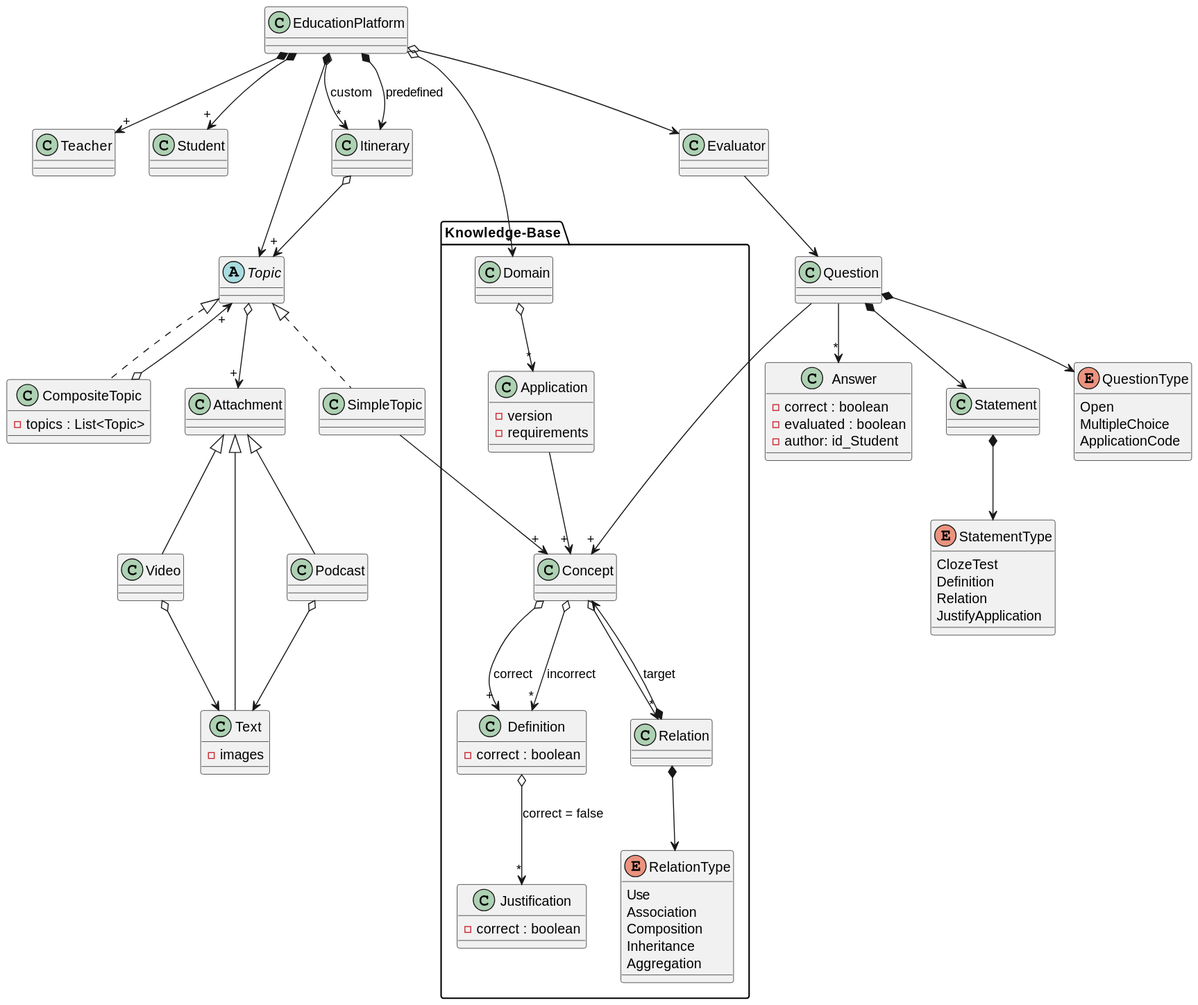
This is out/Diagrams/EducationPlatform/Domain/EducationPlatformDomain.svg from jumpering/lab-turing, a PlantUML export, as it was before one commit.
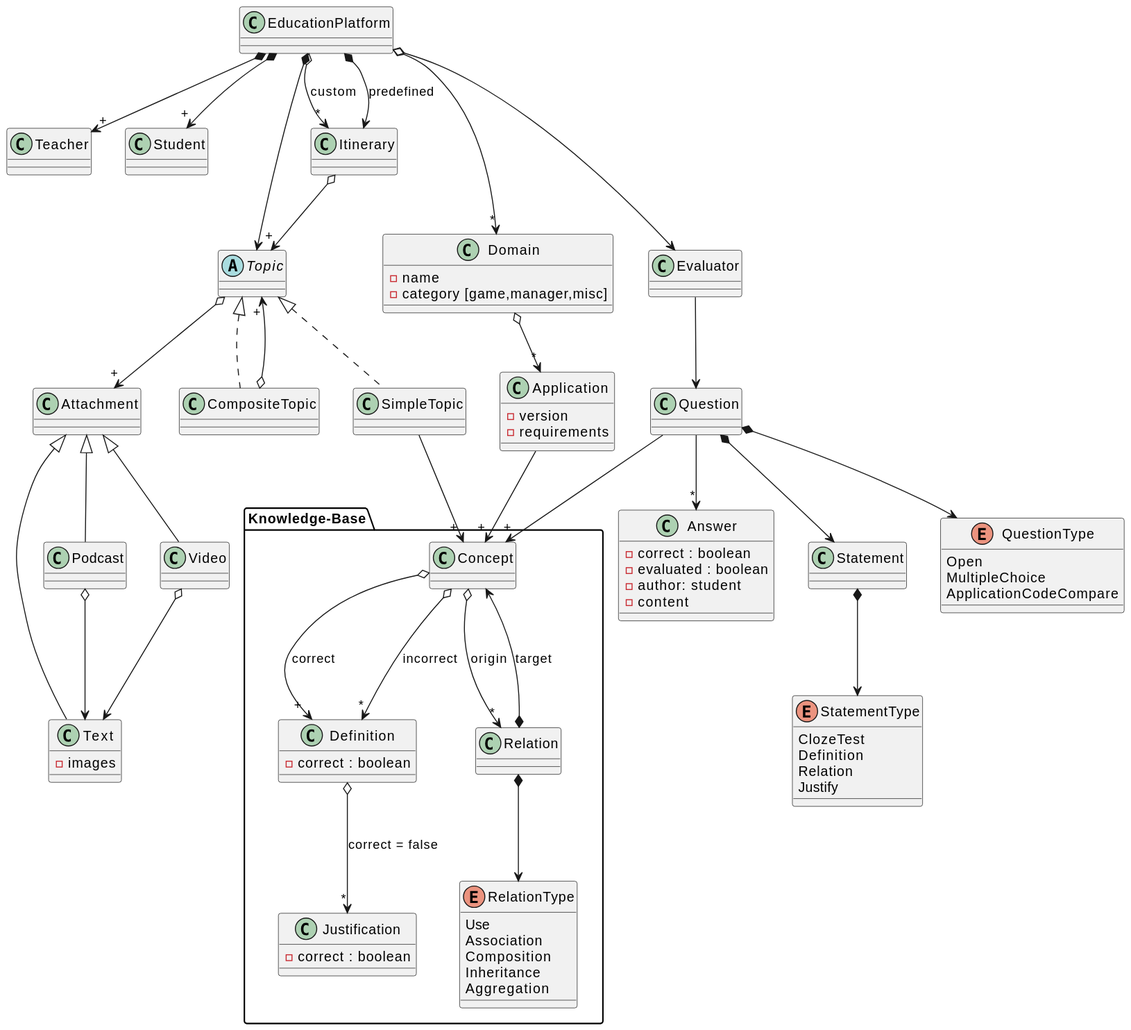
After the change.

Diff of the diagram source:
```diff
@@ -8,12 +8,24 @@
 EducationPlatform o--> "*" Itinerary : custom
 EducationPlatform o--> Evaluator
 
+class Domain {
+    - name
+    - category [game,manager,misc]
+}
+Domain o-->"*" Application
+
+class Application {
+    - version
+    - requirements
+}
+
+
 package "Knowledge-Base" {
     class Concept {
     }
     Concept o--> "+" Definition : correct
     Concept o--> "*" Definition : incorrect
-    Concept o--> "*" Relation
+    Concept o--> "*" Relation : origin
 
     class Definition {
         - correct : boolean
@@ -36,19 +48,9 @@
         Inheritance
         Aggregation
     }
-
-    class Domain {
-    }
-    Domain o-->"*" Application
-
-    class Application {
-        - version
-        - requirements
-    }
-    Application -->"+" Concept
-
 }
 EducationPlatform o--> "*" Domain
+Application -->"+" Concept
 
 class Itinerary {
 }
@@ -65,7 +67,6 @@
 SimpleTopic --> "+" Concept
 
 class CompositeTopic{
-    - topics : List<Topic>
 }
 CompositeTopic o--> "+" Topic
 
@@ -80,8 +81,6 @@
 class Text {
     - images
 }
-
-
 
 class Evaluator {
 }
@@ -98,19 +97,20 @@
 enum QuestionType {
     Open
     MultipleChoice
-    ApplicationCode
+    ApplicationCodeCompare
 }
 enum StatementType {
     ClozeTest
     Definition
     Relation
-    JustifyApplication
+    Justify
 }
 
 
 class Answer {
     - correct : boolean
     - evaluated : boolean
-    - author: id_Student
+    - author: student
+    - content
 }
 @enduml
```
